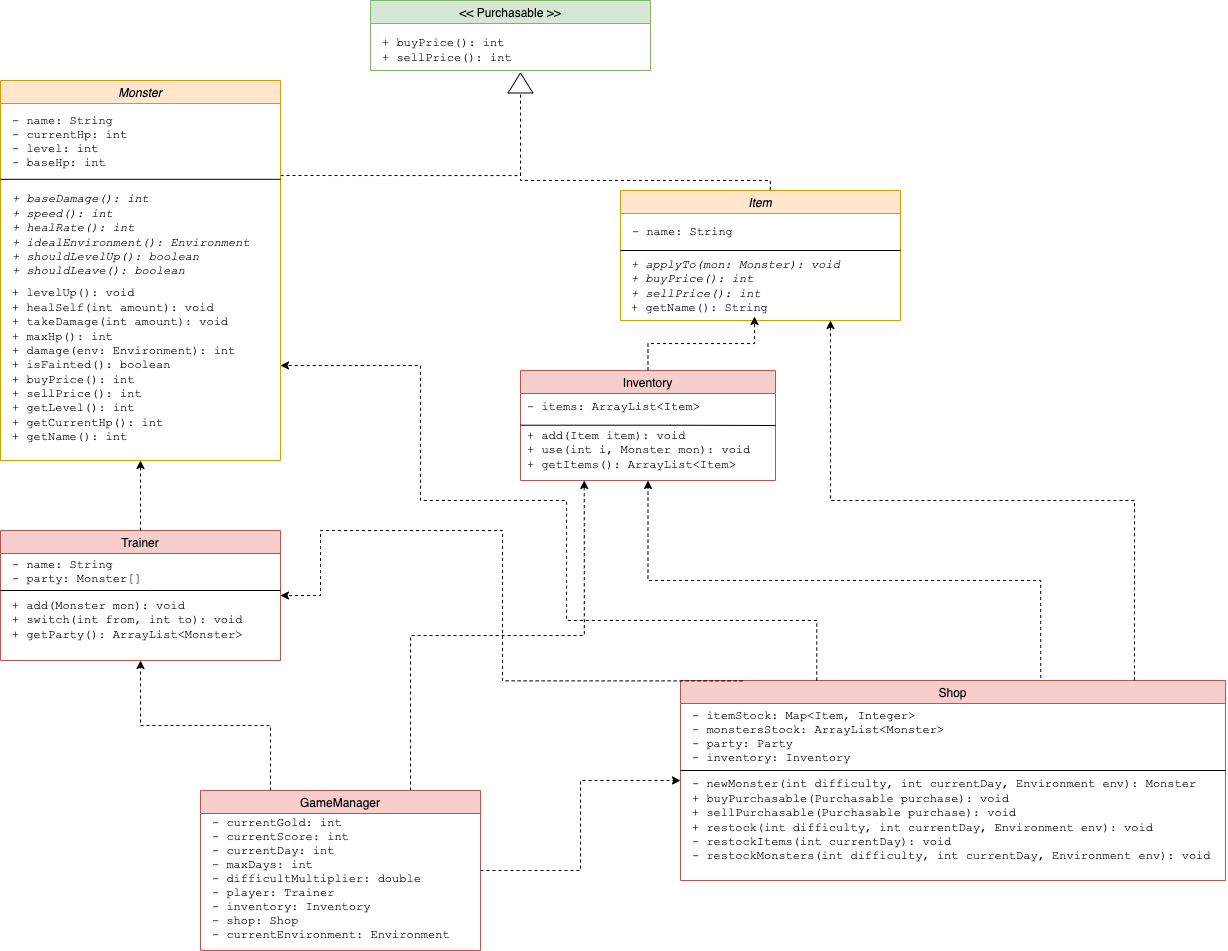
Earlier version of the draw.io export diagram/class.png (UC-SENG201-Group-40/MonsterFighter). Source tidied: cells renumbered, new cells last; positions are measured from the earlier drawing's top-left corner, leaving out a move shared by most shapes.
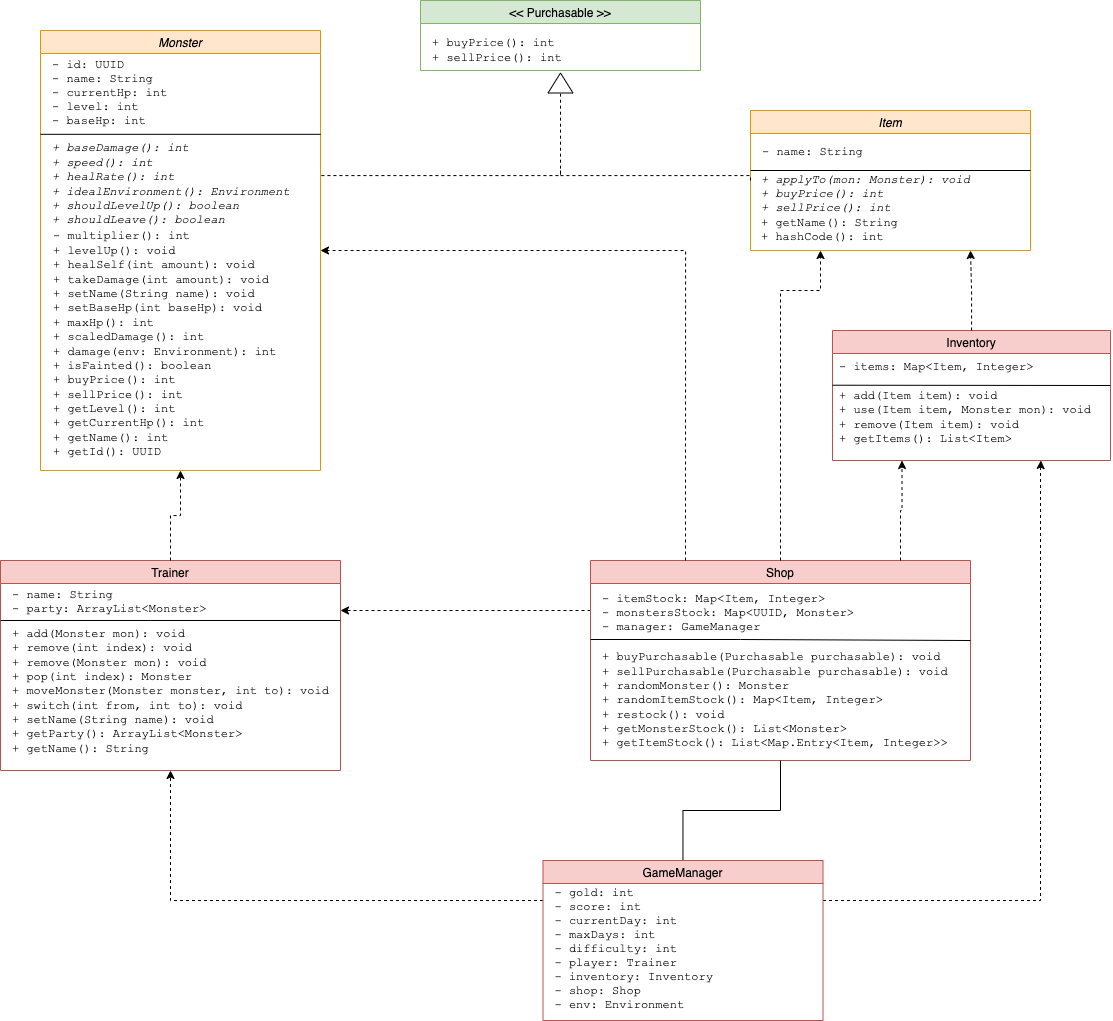
Later version of the same file.

Commit message:
Feat: Updated class diagram

Change to the diagram source:
```diff
@@ -4,9 +4,4 @@
     <mxCell id="1" parent="0" />
-    <mxCell id="2" style="endArrow=none;html=1;rounded=0;fontFamily=Courier New;startArrow=none;" parent="1" edge="1" source="30">
-      <mxGeometry relative="1" as="geometry">
-        <mxPoint x="240" y="100" as="targetPoint" />
-      </mxGeometry>
-    </mxCell>
     <mxCell id="3" value="Item" style="swimlane;fontStyle=2;fillColor=#ffe6cc;strokeColor=#d79b00;" parent="1" vertex="1">
-      <mxGeometry x="620" y="190" width="280" height="130" as="geometry" />
+      <mxGeometry x="710" y="110" width="280" height="140" as="geometry" />
     </mxCell>
@@ -15,4 +10,4 @@
     </mxCell>
-    <mxCell id="5" value="&lt;i&gt;+ applyTo(mon: Monster): void&lt;br&gt;&lt;/i&gt;&lt;div&gt;&lt;i&gt;+ buyPrice(): int&lt;/i&gt;&lt;/div&gt;&lt;div&gt;&lt;i&gt;+ sellPrice(): int&lt;/i&gt;&lt;/div&gt;&lt;div&gt;+ getName(): String&lt;/div&gt;" style="text;strokeColor=none;fillColor=none;align=left;verticalAlign=middle;rounded=0;fontFamily=Courier New;html=1;" parent="3" vertex="1">
-      <mxGeometry x="9" y="66" width="250" height="60" as="geometry" />
+    <mxCell id="5" value="&lt;i&gt;+ applyTo(mon: Monster): void&lt;br&gt;&lt;/i&gt;&lt;div&gt;&lt;i&gt;+ buyPrice(): int&lt;/i&gt;&lt;/div&gt;&lt;div&gt;&lt;i&gt;+ sellPrice(): int&lt;/i&gt;&lt;/div&gt;&lt;div&gt;+ getName(): String&lt;/div&gt;&lt;div&gt;+ hashCode(): int&lt;/div&gt;" style="text;strokeColor=none;fillColor=none;align=left;verticalAlign=middle;rounded=0;fontFamily=Courier New;html=1;" parent="3" vertex="1">
+      <mxGeometry x="9" y="68" width="250" height="60" as="geometry" />
     </mxCell>
@@ -25,3 +20,3 @@
     <mxCell id="7" value="&lt;&lt; Purchasable &gt;&gt;" style="swimlane;fontStyle=0;fillColor=#d5e8d4;strokeColor=#82b366;" parent="1" vertex="1">
-      <mxGeometry x="370" width="280" height="70" as="geometry" />
+      <mxGeometry x="380" width="280" height="70" as="geometry" />
     </mxCell>
@@ -37,5 +32,9 @@
     </mxCell>
-    <mxCell id="10" style="endArrow=none;dashed=1;html=1;rounded=0;fontFamily=Courier New;exitX=0.535;exitY=-0.003;exitDx=0;exitDy=0;exitPerimeter=0;edgeStyle=orthogonalEdgeStyle;" parent="1" edge="1" source="3">
+    <mxCell id="10" style="endArrow=none;dashed=1;html=1;rounded=0;fontFamily=Courier New;exitX=0;exitY=0.5;exitDx=0;exitDy=0;edgeStyle=orthogonalEdgeStyle;" parent="1" edge="1" source="3">
       <mxGeometry relative="1" as="geometry">
         <mxPoint x="520" y="170" as="targetPoint" />
+        <Array as="points">
+          <mxPoint x="710" y="175" />
+          <mxPoint x="520" y="175" />
+        </Array>
       </mxGeometry>
@@ -46,9 +45,9 @@
     <mxCell id="12" value="Trainer" style="swimlane;fontStyle=0;fillColor=#f8cecc;strokeColor=#b85450;startSize=23;" parent="1" vertex="1">
-      <mxGeometry y="530" width="280" height="130" as="geometry" />
+      <mxGeometry x="-40" y="560" width="340" height="210" as="geometry" />
     </mxCell>
-    <mxCell id="13" value="- name: String&#10;- party: Monster[]  " style="text;strokeColor=none;fillColor=none;align=left;verticalAlign=middle;rounded=0;fontFamily=Courier New;" parent="12" vertex="1">
+    <mxCell id="13" value="- name: String&#10;- party: ArrayList&lt;Monster&gt;" style="text;strokeColor=none;fillColor=none;align=left;verticalAlign=middle;rounded=0;fontFamily=Courier New;" parent="12" vertex="1">
       <mxGeometry x="10" y="20" width="130" height="40" as="geometry" />
     </mxCell>
-    <mxCell id="14" value="&lt;div&gt;+ add(Monster mon): void&lt;/div&gt;&lt;div&gt;+ switch(int from, int to): void&lt;/div&gt;&lt;div&gt;+ getParty(): ArrayList&amp;lt;Monster&amp;gt;&lt;/div&gt;" style="text;strokeColor=none;fillColor=none;align=left;verticalAlign=middle;rounded=0;fontFamily=Courier New;html=1;" parent="12" vertex="1">
-      <mxGeometry x="10" y="70" width="250" height="40" as="geometry" />
+    <mxCell id="14" value="&lt;div&gt;+ add(Monster mon): void&lt;/div&gt;&lt;div&gt;+ remove(int index): void&lt;/div&gt;&lt;div&gt;+ remove(Monster mon): void&lt;/div&gt;&lt;div&gt;+ pop(int index): Monster&lt;/div&gt;&lt;div&gt;+ moveMonster(Monster monster, int to): void&lt;/div&gt;&lt;div&gt;+ switch(int from, int to): void&lt;/div&gt;&lt;div&gt;+ setName(String name): void&lt;/div&gt;&lt;div&gt;+ getParty(): ArrayList&amp;lt;Monster&amp;gt;&lt;/div&gt;&lt;div&gt;+ getName(): String&lt;/div&gt;" style="text;strokeColor=none;fillColor=none;align=left;verticalAlign=middle;rounded=0;fontFamily=Courier New;html=1;" parent="12" vertex="1">
+      <mxGeometry x="10" y="81" width="250" height="100" as="geometry" />
     </mxCell>
@@ -57,3 +56,3 @@
         <mxPoint y="60" as="sourcePoint" />
-        <mxPoint x="280" y="60" as="targetPoint" />
+        <mxPoint x="340" y="60" as="targetPoint" />
         <Array as="points">
@@ -67,29 +66,34 @@
     <mxCell id="17" value="Inventory" style="swimlane;fontStyle=0;fillColor=#f8cecc;strokeColor=#b85450;startSize=23;" parent="1" vertex="1">
-      <mxGeometry x="520" y="370" width="255" height="110" as="geometry" />
+      <mxGeometry x="792" y="330" width="278" height="130" as="geometry" />
     </mxCell>
-    <mxCell id="18" value="- items: ArrayList&lt;Item&gt;" style="text;strokeColor=none;fillColor=none;align=left;verticalAlign=middle;rounded=0;fontFamily=Courier New;" parent="17" vertex="1">
+    <mxCell id="18" value="- items: Map&lt;Item, Integer&gt;" style="text;strokeColor=none;fillColor=none;align=left;verticalAlign=middle;rounded=0;fontFamily=Courier New;" parent="17" vertex="1">
       <mxGeometry x="5" y="20" width="130" height="30" as="geometry" />
     </mxCell>
-    <mxCell id="19" value="&lt;div&gt;+ add(Item item): void&lt;/div&gt;&lt;div&gt;+ use(int i, Monster mon): void&lt;/div&gt;&lt;div&gt;+ getItems(): ArrayList&amp;lt;Item&amp;gt;&lt;/div&gt;" style="text;strokeColor=none;fillColor=none;align=left;verticalAlign=middle;rounded=0;fontFamily=Courier New;html=1;" parent="17" vertex="1">
-      <mxGeometry x="5" y="60" width="250" height="40" as="geometry" />
+    <mxCell id="19" value="&lt;div&gt;+ add(Item item): void&lt;/div&gt;&lt;div&gt;+ use(Item item, Monster mon): void&lt;/div&gt;&lt;div&gt;+ remove(Item item): void&lt;/div&gt;&lt;div&gt;+ getItems(): List&amp;lt;Item&amp;gt;&lt;/div&gt;" style="text;strokeColor=none;fillColor=none;align=left;verticalAlign=middle;rounded=0;fontFamily=Courier New;html=1;" parent="17" vertex="1">
+      <mxGeometry x="5" y="67" width="250" height="40" as="geometry" />
     </mxCell>
-    <mxCell id="20" style="endArrow=none;html=1;rounded=0;fontFamily=Courier New;entryX=1;entryY=0.5;entryDx=0;entryDy=0;" parent="17" edge="1" target="17">
+    <mxCell id="20" style="endArrow=none;html=1;rounded=0;fontFamily=Courier New;" parent="17" edge="1">
       <mxGeometry relative="1" as="geometry">
         <mxPoint y="54.7" as="sourcePoint" />
-        <Array as="points">
-          <mxPoint x="150" y="54.7" />
-        </Array>
+        <mxPoint x="278" y="55" as="targetPoint" />
       </mxGeometry>
     </mxCell>
-    <mxCell id="21" style="endArrow=classic;dashed=1;html=1;rounded=0;strokeColor=default;endFill=1;entryX=0.5;entryY=1;entryDx=0;entryDy=0;edgeStyle=orthogonalEdgeStyle;" parent="1" edge="1" source="17" target="5">
-      <mxGeometry relative="1" as="geometry" />
+    <mxCell id="21" style="endArrow=classic;dashed=1;html=1;rounded=0;strokeColor=default;endFill=1;edgeStyle=orthogonalEdgeStyle;" parent="1" edge="1" source="17">
+      <mxGeometry relative="1" as="geometry">
+        <mxPoint x="930" y="250" as="targetPoint" />
+      </mxGeometry>
     </mxCell>
+    <mxCell id="40" style="edgeStyle=orthogonalEdgeStyle;rounded=0;jettySize=auto;html=1;exitX=0;exitY=0.25;exitDx=0;exitDy=0;dashed=1;" parent="1" edge="1" source="22">
+      <mxGeometry relative="1" as="geometry">
+        <mxPoint x="300" y="610" as="targetPoint" />
+      </mxGeometry>
+    </mxCell>
     <mxCell id="22" value="Shop" style="swimlane;fontStyle=0;fillColor=#f8cecc;strokeColor=#b85450;startSize=23;" parent="1" vertex="1">
-      <mxGeometry x="680" y="680" width="545" height="200" as="geometry" />
+      <mxGeometry x="550" y="560" width="380" height="200" as="geometry" />
     </mxCell>
-    <mxCell id="23" value="- itemStock: Map&lt;Item, Integer&gt;&#10;- monstersStock: ArrayList&lt;Monster&gt;&#10;- party: Party&#10;- inventory: Inventory  " style="text;strokeColor=none;fillColor=none;align=left;verticalAlign=middle;rounded=0;fontFamily=Courier New;" parent="22" vertex="1">
-      <mxGeometry x="10" y="35" width="130" height="40" as="geometry" />
+    <mxCell id="23" value="- itemStock: Map&lt;Item, Integer&gt;&#10;- monstersStock: Map&lt;UUID, Monster&gt;&#10;- manager: GameManager " style="text;strokeColor=none;fillColor=none;align=left;verticalAlign=middle;rounded=0;fontFamily=Courier New;" parent="22" vertex="1">
+      <mxGeometry x="10" y="31" width="130" height="40" as="geometry" />
     </mxCell>
-    <mxCell id="24" value="&lt;div&gt;- newMonster(int difficulty, int currentDay, Environment env): Monster&lt;/div&gt;&lt;div&gt;+ buyPurchasable(Purchasable purchase): void&lt;/div&gt;&lt;div&gt;+ sellPurchasable(Purchasable purchase): void&lt;/div&gt;&lt;div&gt;+ restock(int difficulty, int currentDay, Environment env): void&lt;/div&gt;- restockItems(int currentDay): void&lt;br&gt;- restockMonsters(int difficulty, int currentDay, Environment env): void" style="text;strokeColor=none;fillColor=none;align=left;verticalAlign=middle;rounded=0;fontFamily=Courier New;html=1;" parent="22" vertex="1">
-      <mxGeometry x="10" y="90" width="460" height="100" as="geometry" />
+    <mxCell id="24" value="&lt;div&gt;&lt;span&gt;+ buyPurchasable(Purchasable purchasable): void&lt;/span&gt;&lt;/div&gt;&lt;div&gt;+ sellPurchasable(Purchasable purchasable): void&lt;/div&gt;&lt;div&gt;+ randomMonster(): Monster&lt;/div&gt;&lt;div&gt;+ randomItemStock(): Map&amp;lt;Item, Integer&amp;gt;&lt;/div&gt;+ restock(): void&lt;br&gt;+ getMonsterStock(): List&amp;lt;Monster&amp;gt;&lt;br&gt;+ getItemStock(): List&amp;lt;Map.Entry&amp;lt;Item, Integer&amp;gt;&amp;gt;" style="text;strokeColor=none;fillColor=none;align=left;verticalAlign=middle;rounded=0;fontFamily=Courier New;html=1;" parent="22" vertex="1">
+      <mxGeometry x="10" y="80" width="460" height="120" as="geometry" />
     </mxCell>
@@ -97,6 +101,6 @@
       <mxGeometry relative="1" as="geometry">
-        <mxPoint y="90" as="sourcePoint" />
-        <mxPoint x="545" y="90" as="targetPoint" />
+        <mxPoint y="79" as="sourcePoint" />
+        <mxPoint x="380" y="80" as="targetPoint" />
         <Array as="points">
-          <mxPoint x="150" y="90" />
+          <mxPoint x="150" y="79" />
         </Array>
@@ -104,15 +108,22 @@
     </mxCell>
-    <mxCell id="26" style="endArrow=classic;dashed=1;html=1;rounded=0;strokeColor=default;endFill=1;exitX=0.661;exitY=-0.013;exitDx=0;exitDy=0;exitPerimeter=0;entryX=0.5;entryY=1;entryDx=0;entryDy=0;edgeStyle=orthogonalEdgeStyle;" parent="1" edge="1" source="22" target="17">
-      <mxGeometry relative="1" as="geometry" />
+    <mxCell id="26" style="endArrow=classic;dashed=1;html=1;rounded=0;strokeColor=default;endFill=1;entryX=0.25;entryY=1;entryDx=0;entryDy=0;edgeStyle=orthogonalEdgeStyle;" parent="1" edge="1" source="22" target="17">
+      <mxGeometry relative="1" as="geometry">
+        <Array as="points">
+          <mxPoint x="860" y="510" />
+          <mxPoint x="862" y="510" />
+        </Array>
+      </mxGeometry>
     </mxCell>
-    <mxCell id="27" style="endArrow=classic;dashed=1;html=1;rounded=0;strokeColor=default;endFill=1;exitX=0.833;exitY=-0.001;exitDx=0;exitDy=0;exitPerimeter=0;entryX=0.75;entryY=1;entryDx=0;entryDy=0;edgeStyle=orthogonalEdgeStyle;" parent="1" edge="1" source="22" target="3">
-      <mxGeometry relative="1" as="geometry" />
+    <mxCell id="27" style="endArrow=classic;dashed=1;html=1;rounded=0;strokeColor=default;endFill=1;exitX=0.5;exitY=0;exitDx=0;exitDy=0;entryX=0.25;entryY=1;entryDx=0;entryDy=0;edgeStyle=orthogonalEdgeStyle;" parent="1" edge="1" source="22" target="3">
+      <mxGeometry relative="1" as="geometry">
+        <Array as="points">
+          <mxPoint x="740" y="290" />
+          <mxPoint x="780" y="290" />
+        </Array>
+      </mxGeometry>
     </mxCell>
-    <mxCell id="28" style="endArrow=classic;dashed=1;html=1;rounded=0;strokeColor=default;endFill=1;exitX=0.25;exitY=0;exitDx=0;exitDy=0;entryX=1;entryY=0.75;entryDx=0;entryDy=0;edgeStyle=orthogonalEdgeStyle;" parent="1" edge="1" source="22" target="30">
+    <mxCell id="28" style="endArrow=classic;dashed=1;html=1;rounded=0;strokeColor=default;endFill=1;exitX=0.25;exitY=0;exitDx=0;exitDy=0;entryX=1;entryY=0.5;entryDx=0;entryDy=0;edgeStyle=orthogonalEdgeStyle;" parent="1" edge="1" source="22" target="30">
       <mxGeometry relative="1" as="geometry">
         <Array as="points">
-          <mxPoint x="566" y="620" />
-          <mxPoint x="566" y="500" />
-          <mxPoint x="420" y="500" />
-          <mxPoint x="420" y="365" />
+          <mxPoint x="645" y="250" />
         </Array>
@@ -120,22 +131,13 @@
     </mxCell>
-    <mxCell id="29" style="endArrow=classic;dashed=1;html=1;rounded=0;strokeColor=default;endFill=1;exitX=0.114;exitY=0.002;exitDx=0;exitDy=0;exitPerimeter=0;entryX=1;entryY=0.5;entryDx=0;entryDy=0;edgeStyle=orthogonalEdgeStyle;" parent="1" edge="1" source="22" target="12">
-      <mxGeometry relative="1" as="geometry">
-        <Array as="points">
-          <mxPoint x="502" y="530" />
-          <mxPoint x="320" y="530" />
-          <mxPoint x="320" y="595" />
-        </Array>
-      </mxGeometry>
-    </mxCell>
     <mxCell id="30" value="Monster" style="swimlane;fontStyle=2;fillColor=#ffe6cc;strokeColor=#d79b00;" parent="1" vertex="1">
-      <mxGeometry y="80" width="280" height="380" as="geometry" />
+      <mxGeometry y="30" width="280" height="440" as="geometry" />
     </mxCell>
-    <mxCell id="31" value="- name: String&#10;- currentHp: int&#10;- level: int&#10;- baseHp: int   " style="text;strokeColor=none;fillColor=none;align=left;verticalAlign=middle;rounded=0;fontFamily=Courier New;" parent="30" vertex="1">
-      <mxGeometry x="10" y="30" width="130" height="60" as="geometry" />
+    <mxCell id="31" value="- id: UUID&#10;- name: String&#10;- currentHp: int&#10;- level: int&#10;- baseHp: int   " style="text;strokeColor=none;fillColor=none;align=left;verticalAlign=middle;rounded=0;fontFamily=Courier New;" parent="30" vertex="1">
+      <mxGeometry x="10" y="31" width="130" height="60" as="geometry" />
     </mxCell>
     <mxCell id="32" value="&lt;i&gt;+ baseDamage(): int&lt;br&gt;+ speed(): int&lt;br&gt;+ healRate(): int&lt;br&gt;+ idealEnvironment(): Environment&lt;br&gt;+ shouldLevelUp(): boolean&lt;br&gt;+ shouldLeave(): boolean&lt;/i&gt;" style="text;strokeColor=none;fillColor=none;align=left;verticalAlign=middle;rounded=0;fontFamily=Courier New;html=1;" parent="30" vertex="1">
-      <mxGeometry x="10" y="100" width="250" height="110" as="geometry" />
+      <mxGeometry x="10" y="99" width="250" height="110" as="geometry" />
     </mxCell>
-    <mxCell id="33" value="&lt;div&gt;+ levelUp(): void&lt;/div&gt;&lt;div&gt;+ healSelf(int amount): void&lt;/div&gt;&lt;div&gt;+ takeDamage(int amount): void&lt;/div&gt;&lt;div&gt;+ maxHp(): int&lt;/div&gt;&lt;div&gt;+ damage(env: Environment): int&lt;/div&gt;&lt;div&gt;+ isFainted(): boolean&lt;/div&gt;&lt;div&gt;+ buyPrice(): int&lt;/div&gt;&lt;div&gt;+ sellPrice(): int&lt;/div&gt;&lt;div&gt;+ getLevel(): int&lt;/div&gt;&lt;div&gt;+ getCurrentHp(): int&lt;/div&gt;&lt;div&gt;+ getName(): int&lt;/div&gt;" style="text;strokeColor=none;fillColor=none;align=left;verticalAlign=middle;rounded=0;fontFamily=Courier New;html=1;" parent="30" vertex="1">
-      <mxGeometry x="10" y="230" width="250" height="110" as="geometry" />
+    <mxCell id="33" value="&lt;div&gt;- multiplier(): int&lt;/div&gt;&lt;div&gt;+ levelUp(): void&lt;/div&gt;&lt;div&gt;+ healSelf(int amount): void&lt;/div&gt;&lt;div&gt;+ takeDamage(int amount): void&lt;/div&gt;&lt;div&gt;+ setName(String name): void&lt;/div&gt;&lt;div&gt;+ setBaseHp(int baseHp): void&lt;/div&gt;&lt;div&gt;+ maxHp(): int&lt;/div&gt;&lt;div&gt;+ scaledDamage(): int&lt;/div&gt;&lt;div&gt;+ damage(env: Environment): int&lt;/div&gt;&lt;div&gt;+ isFainted(): boolean&lt;/div&gt;&lt;div&gt;+ buyPrice(): int&lt;/div&gt;&lt;div&gt;+ sellPrice(): int&lt;/div&gt;&lt;div&gt;+ getLevel(): int&lt;/div&gt;&lt;div&gt;+ getCurrentHp(): int&lt;/div&gt;&lt;div&gt;+ getName(): int&lt;/div&gt;&lt;div&gt;+ getId(): UUID&lt;/div&gt;" style="text;strokeColor=none;fillColor=none;align=left;verticalAlign=middle;rounded=0;fontFamily=Courier New;html=1;" parent="30" vertex="1">
+      <mxGeometry x="11" y="197" width="250" height="234" as="geometry" />
     </mxCell>
@@ -143,13 +145,23 @@
       <mxGeometry relative="1" as="geometry">
-        <mxPoint y="98.8" as="sourcePoint" />
-        <mxPoint x="280" y="98.8" as="targetPoint" />
+        <mxPoint y="103.8" as="sourcePoint" />
+        <mxPoint x="280" y="103.8" as="targetPoint" />
       </mxGeometry>
     </mxCell>
-    <mxCell id="35" style="edgeStyle=orthogonalEdgeStyle;rounded=0;jettySize=auto;html=1;entryX=0.5;entryY=1;entryDx=0;entryDy=0;startArrow=none;startFill=0;endArrow=classic;endFill=1;strokeColor=default;dashed=1;exitX=0.25;exitY=0;exitDx=0;exitDy=0;" parent="1" edge="1" source="38" target="12">
-      <mxGeometry relative="1" as="geometry" />
+    <mxCell id="35" style="edgeStyle=orthogonalEdgeStyle;rounded=0;jettySize=auto;html=1;entryX=0.5;entryY=1;entryDx=0;entryDy=0;startArrow=none;startFill=0;endArrow=classic;endFill=1;strokeColor=default;dashed=1;exitX=0;exitY=0.25;exitDx=0;exitDy=0;" parent="1" edge="1" source="38" target="12">
+      <mxGeometry relative="1" as="geometry">
+        <Array as="points">
+          <mxPoint x="130" y="900" />
+        </Array>
+      </mxGeometry>
     </mxCell>
-    <mxCell id="36" style="edgeStyle=orthogonalEdgeStyle;rounded=0;jettySize=auto;html=1;exitX=0.75;exitY=0;exitDx=0;exitDy=0;entryX=0.25;entryY=1;entryDx=0;entryDy=0;dashed=1;startArrow=none;startFill=0;endArrow=classic;endFill=1;strokeColor=default;" parent="1" edge="1" source="38" target="17">
-      <mxGeometry relative="1" as="geometry" />
+    <mxCell id="36" style="edgeStyle=orthogonalEdgeStyle;rounded=0;jettySize=auto;html=1;exitX=1;exitY=0.25;exitDx=0;exitDy=0;entryX=0.75;entryY=1;entryDx=0;entryDy=0;dashed=1;startArrow=none;startFill=0;endArrow=classic;endFill=1;strokeColor=default;" parent="1" edge="1" source="38" target="17">
+      <mxGeometry relative="1" as="geometry">
+        <Array as="points">
+          <mxPoint x="1000" y="900" />
+          <mxPoint x="1000" y="470" />
+          <mxPoint x="1001" y="470" />
+        </Array>
+      </mxGeometry>
     </mxCell>
-    <mxCell id="37" style="edgeStyle=orthogonalEdgeStyle;rounded=0;jettySize=auto;html=1;entryX=0;entryY=0.5;entryDx=0;entryDy=0;dashed=1;startArrow=none;startFill=0;endArrow=classic;endFill=1;strokeColor=default;" parent="1" edge="1" source="38" target="22">
+    <mxCell id="37" style="edgeStyle=orthogonalEdgeStyle;rounded=0;jettySize=auto;html=1;entryX=0.5;entryY=1;entryDx=0;entryDy=0;startArrow=none;startFill=0;endArrow=none;endFill=0;strokeColor=default;" parent="1" edge="1" source="38" target="22">
       <mxGeometry relative="1" as="geometry" />
@@ -157,5 +169,5 @@
     <mxCell id="38" value="GameManager" style="swimlane;fontStyle=0;fillColor=#f8cecc;strokeColor=#b85450;startSize=23;" parent="1" vertex="1">
-      <mxGeometry x="200" y="790" width="280" height="160" as="geometry" />
+      <mxGeometry x="502.5" y="860" width="280" height="160" as="geometry" />
     </mxCell>
-    <mxCell id="39" value="- currentGold: int&#10;- currentScore: int&#10;- currentDay: int&#10;- maxDays: int&#10;- difficultMultiplier: double&#10;- player: Trainer&#10;- inventory: Inventory&#10;- shop: Shop&#10;- currentEnvironment: Environment" style="text;strokeColor=none;fillColor=none;align=left;verticalAlign=middle;rounded=0;fontFamily=Courier New;" parent="38" vertex="1">
+    <mxCell id="39" value="- gold: int&#10;- score: int&#10;- currentDay: int&#10;- maxDays: int&#10;- difficulty: int&#10;- player: Trainer&#10;- inventory: Inventory&#10;- shop: Shop&#10;- env: Environment" style="text;strokeColor=none;fillColor=none;align=left;verticalAlign=middle;rounded=0;fontFamily=Courier New;" parent="38" vertex="1">
       <mxGeometry x="10" y="32" width="130" height="110" as="geometry" />
```
